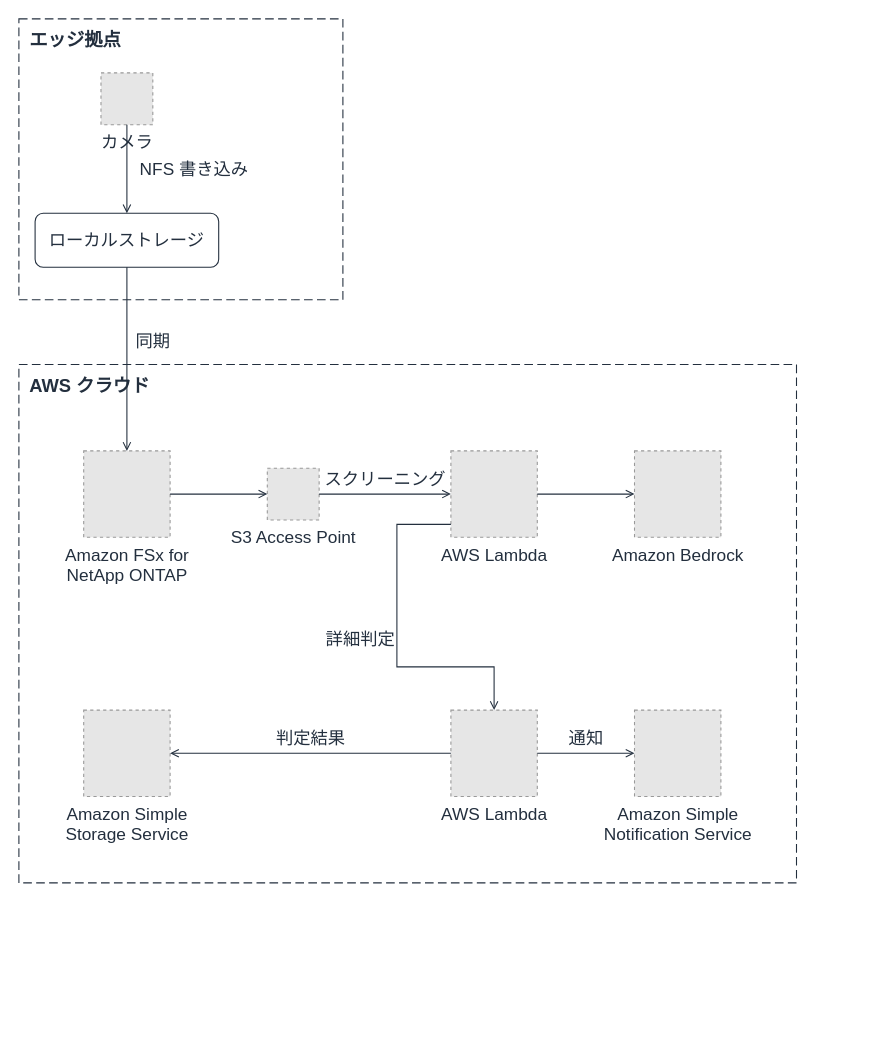
Before: docs/diagrams/pattern-01-edge-ai-bedrock.drawio in Yoshiki0705/ontap-edge-to-cloud-ai, a draw.io diagram. Source tidied: cells renumbered, new cells numbered last; positions are measured from the earlier drawing's top-left corner, leaving out a move shared by most shapes. Both pictures are drawn from the tidied source at 108%, with x=0, y=0 at pixel (18, 18). Pictures stored in the file or linked from it are replaced by grey dashed boxes.
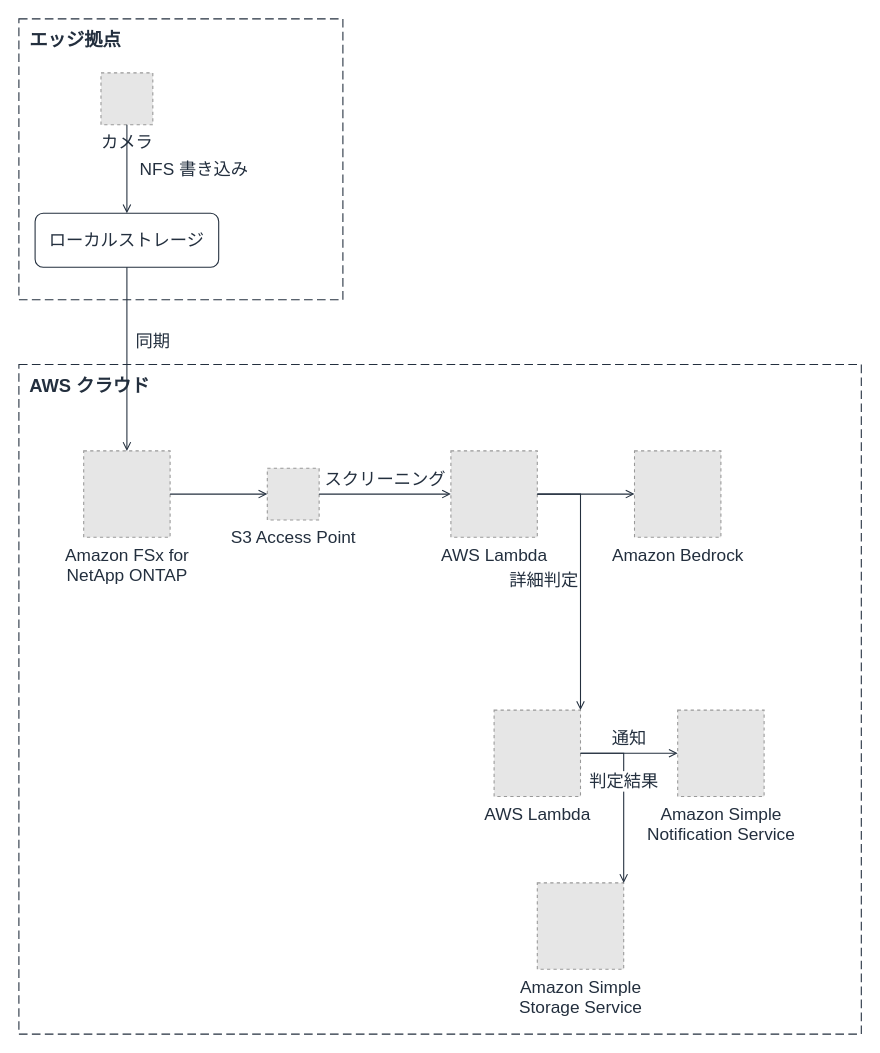
The same diagram, later.

Unchanged cells that the change refers to:
```xml
<mxCell id="8" value="AWS Lambda" style="fillColor=#E6E6E6;strokeColor=#999999;dashed=1;html=1;verticalLabelPosition=bottom;verticalAlign=top;labelPosition=center;align=center;fontSize=16;fontColor=#232F3E;" parent="1" vertex="1">
  <mxGeometry x="400" y="400" width="80" height="80" as="geometry" />
</mxCell>
```

Change to the diagram source:
```diff
@@
     <mxCell id="3" value="AWS クラウド" style="rounded=0;html=1;dashed=1;dashPattern=8 4;fillColor=none;strokeColor=#232F3E;verticalAlign=top;align=left;spacingLeft=8;spacingTop=4;fontSize=17;fontColor=#232F3E;fontStyle=1;" parent="1" vertex="1">
-      <mxGeometry y="320" width="720" height="480" as="geometry" />
+      <mxGeometry y="320" width="780" height="620" as="geometry" />
     </mxCell>
@@
     <mxCell id="10" value="Amazon Simple&lt;br&gt;Storage Service" style="fillColor=#E6E6E6;strokeColor=#999999;dashed=1;html=1;verticalLabelPosition=bottom;verticalAlign=top;labelPosition=center;align=center;fontSize=16;fontColor=#232F3E;" parent="1" vertex="1">
-      <mxGeometry x="60" y="640" width="80" height="80" as="geometry" />
+      <mxGeometry x="480" y="800" width="80" height="80" as="geometry" />
     </mxCell>
     <mxCell id="11" value="AWS Lambda" style="fillColor=#E6E6E6;strokeColor=#999999;dashed=1;html=1;verticalLabelPosition=bottom;verticalAlign=top;labelPosition=center;align=center;fontSize=16;fontColor=#232F3E;" parent="1" vertex="1">
-      <mxGeometry x="400" y="640" width="80" height="80" as="geometry" />
+      <mxGeometry x="440" y="640" width="80" height="80" as="geometry" />
     </mxCell>
     <mxCell id="12" value="Amazon Simple&lt;br&gt;Notification Service" style="fillColor=#E6E6E6;strokeColor=#999999;dashed=1;html=1;verticalLabelPosition=bottom;verticalAlign=top;labelPosition=center;align=center;fontSize=16;fontColor=#232F3E;" parent="1" vertex="1">
-      <mxGeometry x="570" y="640" width="80" height="80" as="geometry" />
+      <mxGeometry x="610" y="640" width="80" height="80" as="geometry" />
     </mxCell>
@@
-    <mxCell id="18" value="詳細判定" style="edgeStyle=orthogonalEdgeStyle;rounded=0;html=1;endArrow=open;endFill=0;strokeColor=#232F3E;strokeWidth=1;fontSize=16;fontColor=#232F3E;labelBackgroundColor=#FFFFFF;exitX=0;exitY=0.85;exitDx=0;exitDy=0;entryX=0.5;entryY=0;entryDx=0;entryDy=0;" parent="1" edge="1" source="8" target="11">
+    <mxCell id="18" value="詳細判定" style="edgeStyle=orthogonalEdgeStyle;rounded=0;html=1;endArrow=open;endFill=0;strokeColor=#232F3E;strokeWidth=1;fontSize=16;fontColor=#232F3E;labelBackgroundColor=#FFFFFF;exitX=1;exitY=0.5;exitDx=0;exitDy=0;entryX=1;entryY=0;entryDx=0;entryDy=0;" parent="1" edge="1" source="8" target="11">
       <mxGeometry relative="1" as="geometry">
         <Array as="points">
-          <mxPoint x="350" y="468" />
-          <mxPoint x="350" y="600" />
-          <mxPoint x="440" y="600" />
+          <mxPoint x="520" y="440" />
+          <mxPoint x="520" y="640" />
         </Array>
         <mxPoint x="-34" as="offset" />
       </mxGeometry>
     </mxCell>
@@
-    <mxCell id="20" value="判定結果" style="edgeStyle=orthogonalEdgeStyle;rounded=0;html=1;endArrow=open;endFill=0;strokeColor=#232F3E;strokeWidth=1;fontSize=16;fontColor=#232F3E;labelBackgroundColor=#FFFFFF;exitX=0;exitY=0.5;exitDx=0;exitDy=0;entryX=1;entryY=0.5;entryDx=0;entryDy=0;" parent="1" edge="1" source="11" target="10">
+    <mxCell id="20" value="判定結果" style="edgeStyle=orthogonalEdgeStyle;rounded=0;html=1;endArrow=open;endFill=0;strokeColor=#232F3E;strokeWidth=1;fontSize=16;fontColor=#232F3E;labelBackgroundColor=#FFFFFF;exitX=1;exitY=0.5;exitDx=0;exitDy=0;entryX=1;entryY=0;entryDx=0;entryDy=0;" parent="1" edge="1" source="11" target="10">
       <mxGeometry relative="1" as="geometry">
+        <Array as="points">
+          <mxPoint x="560" y="680" />
+          <mxPoint x="560" y="800" />
+        </Array>
         <mxPoint y="-14" as="offset" />
       </mxGeometry>
     </mxCell>
```
